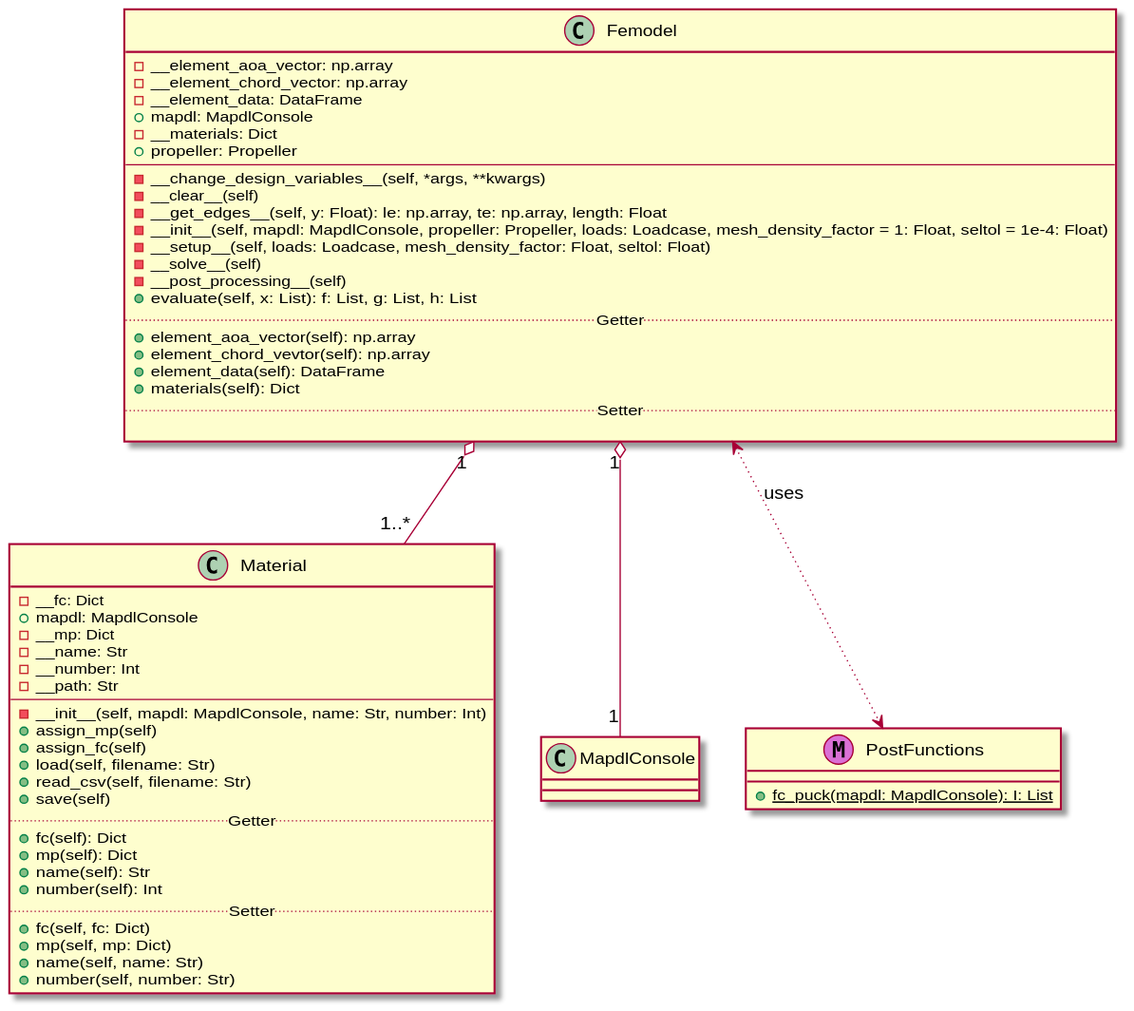
Before: docs/images/uml/mapdl_class.svg, a diagram exported from PlantUML (lukitox/master-thesis).
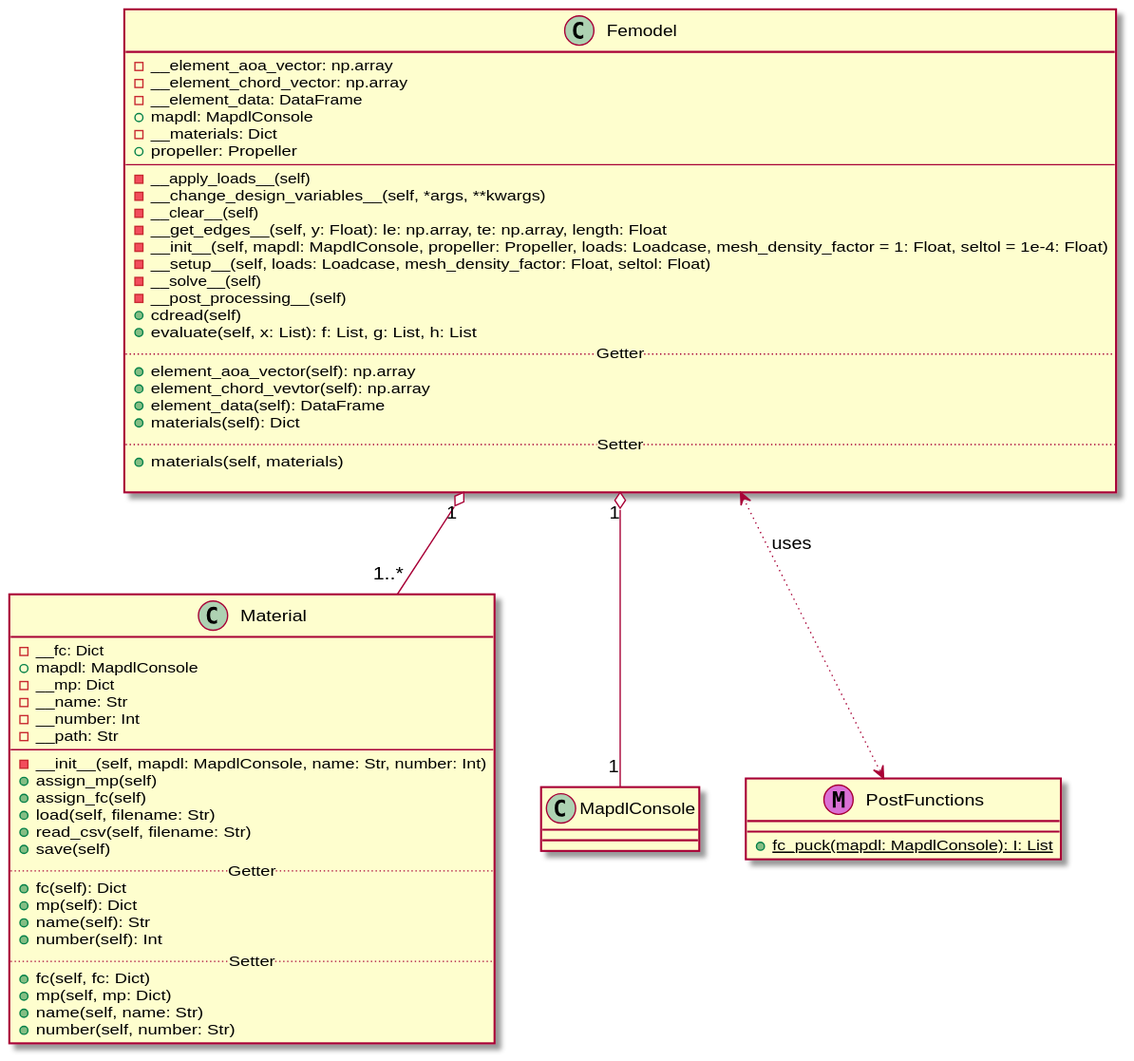
Above is the later version.

Commit message:
new uml diagrams

Diff of the diagram source:
```diff
@@ -12,6 +12,7 @@
   -__materials: Dict
   +propeller: Propeller
   --
+  -__apply_loads__(self)
   -__change_design_variables__(self, *args, **kwargs)
   -__clear__(self)
   -__get_edges__(self, y: Float): le: np.array, te: np.array, length: Float
@@ -19,6 +20,7 @@
   -__setup__(self, loads: Loadcase, mesh_density_factor: Float, seltol: Float)
   -__solve__(self)
   -__post_processing__(self)
+  +cdread(self)
   +evaluate(self, x: List): f: List, g: List, h: List
   ..Getter..
   +element_aoa_vector(self): np.array
@@ -26,6 +28,7 @@
   +element_data(self): DataFrame
   +materials(self): Dict
   ..Setter..
+  +materials(self, materials)
 
 }
 
```
